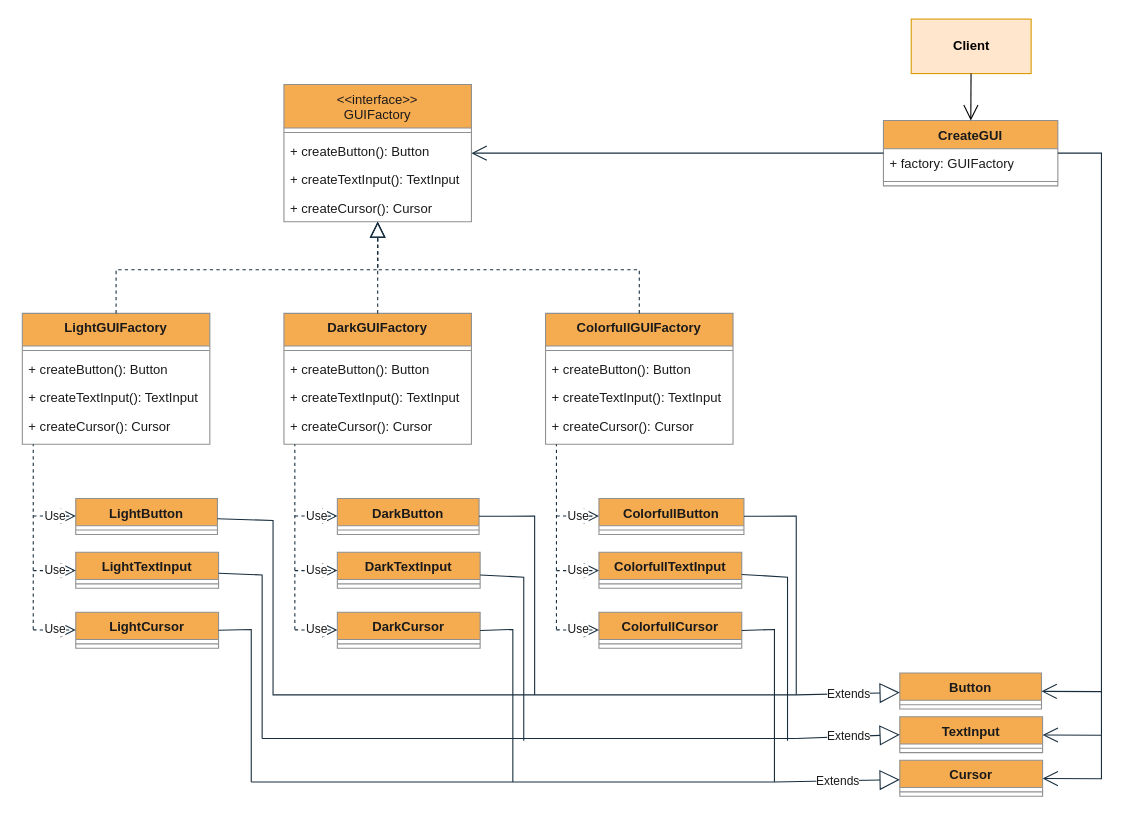
This is diagrams/creational/1abstract-factory.drawio from Vlas1d/BasePatterns, a draw.io file, before an edit. Source tidied: cells renumbered, new cells numbered last; positions are measured from the earlier drawing's top-left corner, leaving out a move shared by most shapes. Both pictures are drawn from the tidied source at 109%, with x=0, y=0 at pixel (22, 19).
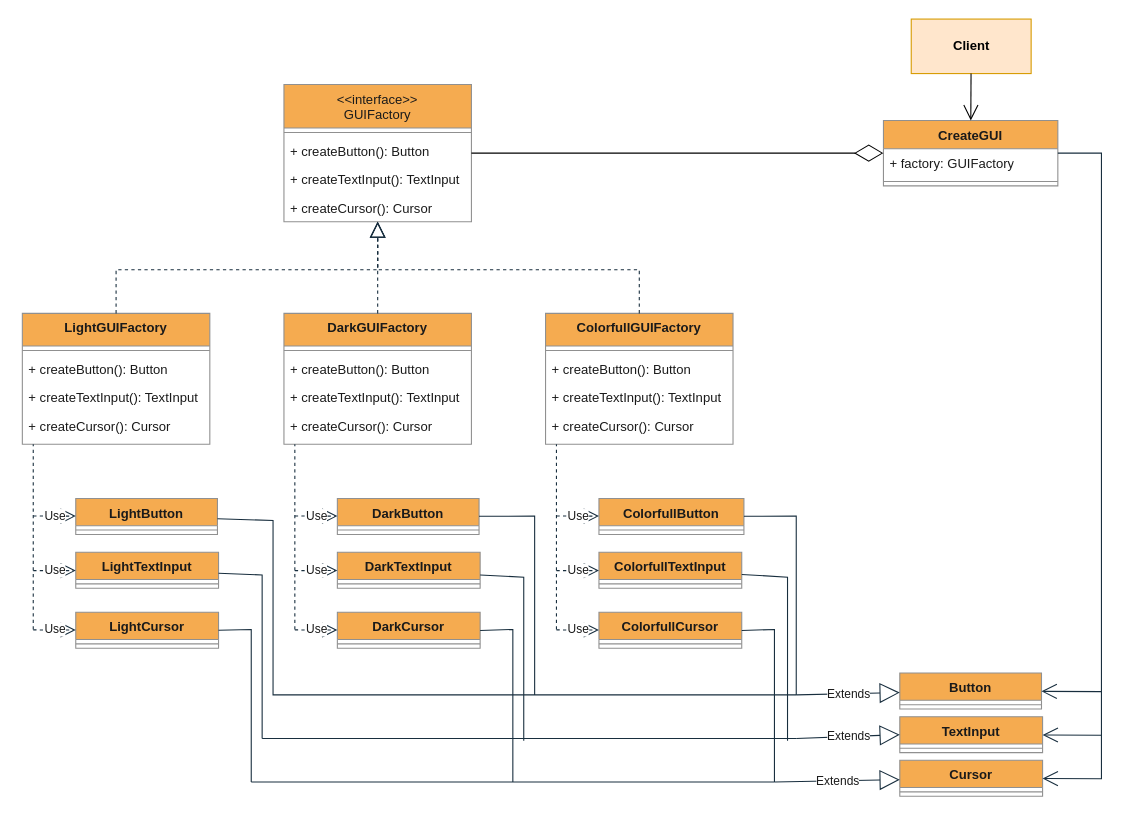
After the change.

The change refers to these unchanged cells:
```xml
<mxCell id="2" value="&lt;&lt;interface&gt;&gt;&#10;GUIFactory" style="swimlane;fontStyle=0;align=center;verticalAlign=top;horizontal=1;startSize=40;rounded=0;shadow=0;strokeWidth=1;labelBackgroundColor=none;fillColor=#F5AB50;strokeColor=#909090;fontColor=#1A1A1A;" parent="1" vertex="1">
  <mxGeometry x="240" y="60" width="172" height="126" as="geometry" />
</mxCell>
<mxCell id="25" value="CreateGUI" style="swimlane;fontStyle=1;align=center;verticalAlign=top;horizontal=1;startSize=26;whiteSpace=wrap;html=1;strokeColor=#909090;fontColor=#1A1A1A;fillColor=#F5AB50;" parent="1" vertex="1">
  <mxGeometry x="790" y="93" width="160" height="60" as="geometry" />
</mxCell>
```

Diff of the diagram source:
```diff
@@
-    <mxCell id="46" style="endArrow=open;endFill=1;endSize=12;html=1;rounded=0;strokeColor=#182E3E;fontColor=#1A1A1A;" parent="1" edge="1" source="25" target="2">
-      <mxGeometry relative="1" as="geometry" />
-    </mxCell>
@@
+    <mxCell id="84" style="endArrow=diamondThin;endFill=0;endSize=24;html=1;rounded=0;" parent="1" edge="1" source="2">
+      <mxGeometry relative="1" as="geometry">
+        <mxPoint x="790" y="123" as="targetPoint" />
+      </mxGeometry>
+    </mxCell>
```
